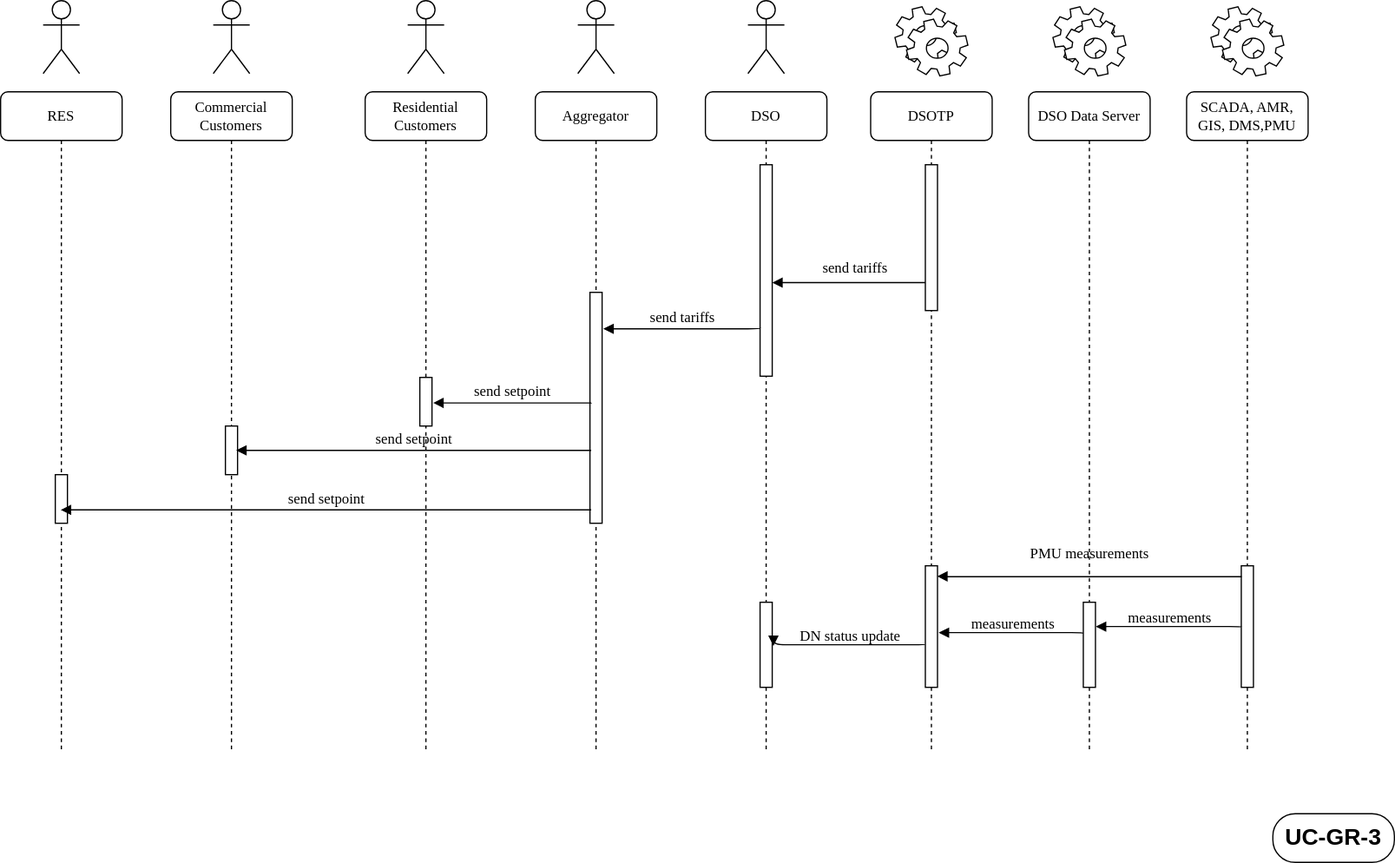
The draw.io diagram docs/platone/uc-gr-3-distribution-network-limit-violation-mitigation/UC_GR_1_2_3_4_Seq_Diag-UC3.svg in smart-grid-use-cases/smart-grid-use-cases.github.io, before a commit. Source tidied: cells renumbered, new cells last; positions are measured from the earlier drawing's top-left corner, leaving out a move shared by most shapes.
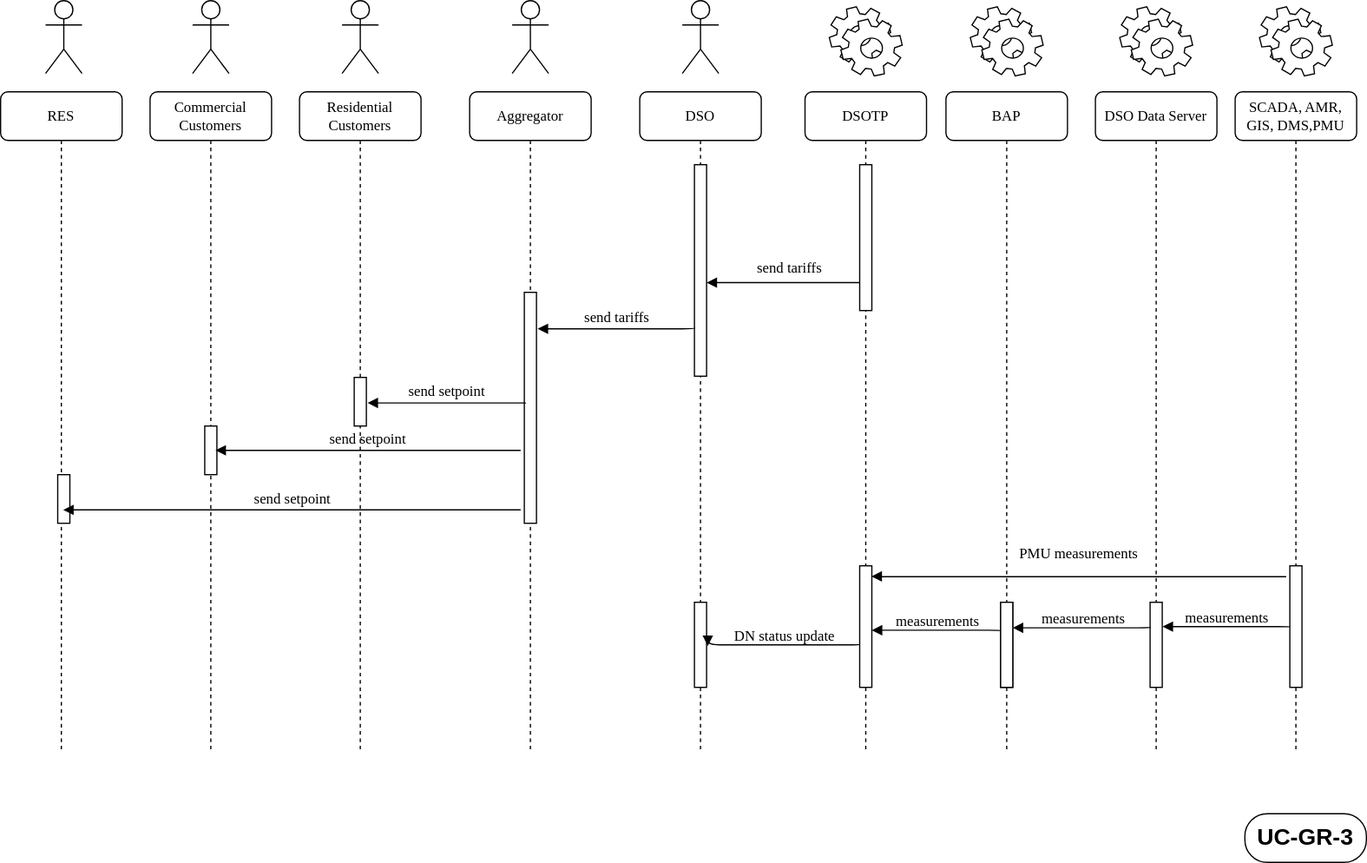
The same file after the commit.

Diff of the diagram source:
```diff
@@ -3,31 +3,31 @@
     <mxCell id="0" />
     <mxCell id="1" parent="0" />
     <mxCell id="2" value="Commercial&lt;br&gt;Customers" style="shape=umlLifeline;perimeter=lifelinePerimeter;whiteSpace=wrap;html=1;rounded=1;shadow=0;comic=0;labelBackgroundColor=none;strokeWidth=1;fontFamily=Verdana;fontSize=12;align=center;" parent="1" vertex="1">
-      <mxGeometry x="140" y="75" width="100" height="544" as="geometry" />
+      <mxGeometry x="146" y="75" width="100" height="544" as="geometry" />
     </mxCell>
     <mxCell id="3" style="html=1;points=[];perimeter=orthogonalPerimeter;rounded=0;shadow=0;comic=0;labelBackgroundColor=none;strokeWidth=1;fontFamily=Verdana;fontSize=12;align=center;" parent="2" vertex="1">
       <mxGeometry x="45" y="275" width="10" height="40" as="geometry" />
     </mxCell>
     <mxCell id="4" value="Residential&lt;br&gt;Customers" style="shape=umlLifeline;perimeter=lifelinePerimeter;whiteSpace=wrap;html=1;rounded=1;shadow=0;comic=0;labelBackgroundColor=none;strokeWidth=1;fontFamily=Verdana;fontSize=12;align=center;" parent="1" vertex="1">
-      <mxGeometry x="300" y="75" width="100" height="544" as="geometry" />
+      <mxGeometry x="269" y="75" width="100" height="544" as="geometry" />
     </mxCell>
     <mxCell id="5" style="html=1;points=[];perimeter=orthogonalPerimeter;rounded=0;shadow=0;comic=0;labelBackgroundColor=none;strokeWidth=1;fontFamily=Verdana;fontSize=12;align=center;" parent="4" vertex="1">
       <mxGeometry x="45" y="235" width="10" height="40" as="geometry" />
     </mxCell>
     <mxCell id="6" value="Aggregator" style="shape=umlLifeline;perimeter=lifelinePerimeter;whiteSpace=wrap;html=1;rounded=1;shadow=0;comic=0;labelBackgroundColor=none;strokeWidth=1;fontFamily=Verdana;fontSize=12;align=center;" parent="1" vertex="1">
-      <mxGeometry x="440" y="75" width="100" height="544" as="geometry" />
+      <mxGeometry x="409" y="75" width="100" height="544" as="geometry" />
     </mxCell>
     <mxCell id="7" style="html=1;perimeter=orthogonalPerimeter;rounded=0;shadow=0;comic=0;labelBackgroundColor=none;strokeWidth=1;fontFamily=Verdana;fontSize=12;align=center;" parent="6" vertex="1">
       <mxGeometry x="45" y="165" width="10" height="190" as="geometry" />
     </mxCell>
     <mxCell id="8" value="DSO" style="shape=umlLifeline;perimeter=lifelinePerimeter;whiteSpace=wrap;html=1;rounded=1;shadow=0;comic=0;labelBackgroundColor=none;strokeWidth=1;fontFamily=Verdana;fontSize=12;align=center;" parent="1" vertex="1">
-      <mxGeometry x="580" y="75" width="100" height="544" as="geometry" />
+      <mxGeometry x="549" y="75" width="100" height="544" as="geometry" />
     </mxCell>
     <mxCell id="9" style="html=1;perimeter=orthogonalPerimeter;rounded=0;shadow=0;comic=0;labelBackgroundColor=none;strokeWidth=1;fontFamily=Verdana;fontSize=12;align=center;" parent="8" vertex="1">
       <mxGeometry x="45" y="420" width="10" height="70" as="geometry" />
     </mxCell>
     <mxCell id="10" value="DSOTP" style="shape=umlLifeline;perimeter=lifelinePerimeter;whiteSpace=wrap;html=1;rounded=1;shadow=0;comic=0;labelBackgroundColor=none;strokeWidth=1;fontFamily=Verdana;fontSize=12;align=center;" parent="1" vertex="1">
-      <mxGeometry x="716" y="75" width="100" height="544" as="geometry" />
+      <mxGeometry x="685" y="75" width="100" height="544" as="geometry" />
     </mxCell>
     <mxCell id="11" style="html=1;points=[];perimeter=orthogonalPerimeter;rounded=0;shadow=0;comic=0;labelBackgroundColor=none;strokeWidth=1;fontFamily=Verdana;fontSize=12;align=center;" parent="10" vertex="1">
       <mxGeometry x="45" y="60" width="10" height="120" as="geometry" />
@@ -36,86 +36,83 @@
       <mxGeometry x="45" y="390" width="10" height="100" as="geometry" />
     </mxCell>
     <mxCell id="13" value="SCADA, AMR, GIS, DMS,PMU" style="shape=umlLifeline;perimeter=lifelinePerimeter;whiteSpace=wrap;html=1;rounded=1;shadow=0;comic=0;labelBackgroundColor=none;strokeWidth=1;fontFamily=Verdana;fontSize=12;align=center;" parent="1" vertex="1">
-      <mxGeometry x="976" y="75" width="100" height="544" as="geometry" />
+      <mxGeometry x="1039" y="75" width="100" height="544" as="geometry" />
     </mxCell>
     <mxCell id="14" style="html=1;points=[];perimeter=orthogonalPerimeter;rounded=0;shadow=0;comic=0;labelBackgroundColor=none;strokeWidth=1;fontFamily=Verdana;fontSize=12;align=center;" parent="13" vertex="1">
       <mxGeometry x="45" y="390" width="10" height="100" as="geometry" />
     </mxCell>
     <mxCell id="15" value="RES" style="shape=umlLifeline;perimeter=lifelinePerimeter;whiteSpace=wrap;html=1;outlineConnect=0;rounded=1;shadow=0;comic=0;labelBackgroundColor=none;strokeWidth=1;fontFamily=Verdana;fontSize=12;align=center;" parent="1" vertex="1">
-      <mxGeometry y="75" width="100" height="544" as="geometry" />
+      <mxGeometry x="23" y="75" width="100" height="544" as="geometry" />
     </mxCell>
     <mxCell id="16" style="html=1;perimeter=orthogonalPerimeter;rounded=0;shadow=0;comic=0;labelBackgroundColor=none;strokeWidth=1;fontFamily=Verdana;fontSize=12;align=center;" parent="15" vertex="1">
-      <mxGeometry x="45" y="315" width="10" height="40" as="geometry" />
+      <mxGeometry x="47" y="315" width="10" height="40" as="geometry" />
     </mxCell>
     <mxCell id="17" style="html=1;perimeter=orthogonalPerimeter;rounded=0;shadow=0;comic=0;labelBackgroundColor=none;strokeWidth=1;fontFamily=Verdana;fontSize=12;align=center;" parent="1" vertex="1">
-      <mxGeometry x="625" y="135" width="10" height="174" as="geometry" />
+      <mxGeometry x="594" y="135" width="10" height="174" as="geometry" />
     </mxCell>
     <mxCell id="18" value="send tariffs" style="html=1;verticalAlign=bottom;endArrow=block;labelBackgroundColor=none;fontFamily=Verdana;fontSize=12;edgeStyle=elbowEdgeStyle;elbow=vertical;exitX=0.2;exitY=0.829;exitDx=0;exitDy=0;exitPerimeter=0;" parent="1" edge="1">
       <mxGeometry relative="1" as="geometry">
-        <mxPoint x="625" y="269" as="sourcePoint" />
-        <mxPoint x="496" y="270" as="targetPoint" />
+        <mxPoint x="594" y="269" as="sourcePoint" />
+        <mxPoint x="465" y="270" as="targetPoint" />
         <Array as="points">
-          <mxPoint x="598" y="270" />
+          <mxPoint x="567" y="270" />
         </Array>
       </mxGeometry>
     </mxCell>
     <mxCell id="19" value="send setpoint" style="html=1;verticalAlign=bottom;endArrow=block;labelBackgroundColor=none;fontFamily=Verdana;fontSize=12;edgeStyle=elbowEdgeStyle;elbow=vertical;entryX=1.1;entryY=0.525;entryDx=0;entryDy=0;entryPerimeter=0;" parent="1" edge="1" target="5">
       <mxGeometry relative="1" as="geometry">
-        <mxPoint x="486" y="331" as="sourcePoint" />
+        <mxPoint x="455" y="331" as="sourcePoint" />
         <Array as="points">
-          <mxPoint x="463" y="331" />
+          <mxPoint x="432" y="331" />
         </Array>
       </mxGeometry>
     </mxCell>
     <mxCell id="20" value="send setpoint" style="html=1;verticalAlign=bottom;endArrow=block;labelBackgroundColor=none;fontFamily=Verdana;fontSize=12;edgeStyle=elbowEdgeStyle;elbow=vertical;entryX=0.886;entryY=0.5;entryDx=0;entryDy=0;entryPerimeter=0;" parent="1" edge="1" target="3">
       <mxGeometry relative="1" as="geometry">
-        <mxPoint x="486" y="370" as="sourcePoint" />
+        <mxPoint x="451" y="370" as="sourcePoint" />
         <Array as="points">
-          <mxPoint x="280" y="370" />
-          <mxPoint x="463" y="365" />
+          <mxPoint x="286" y="370" />
+          <mxPoint x="469" y="365" />
         </Array>
       </mxGeometry>
     </mxCell>
     <mxCell id="21" value="DN status update" style="html=1;verticalAlign=bottom;endArrow=block;labelBackgroundColor=none;fontFamily=Verdana;fontSize=12;edgeStyle=elbowEdgeStyle;elbow=vertical;exitX=0;exitY=0.649;exitDx=0;exitDy=0;exitPerimeter=0;" parent="1" edge="1" source="12">
       <mxGeometry x="-0.02" y="2" relative="1" as="geometry">
-        <mxPoint x="636" y="531" as="targetPoint" />
+        <mxPoint x="605" y="531" as="targetPoint" />
       </mxGeometry>
     </mxCell>
     <mxCell id="22" style="shape=umlActor;verticalLabelPosition=bottom;labelBackgroundColor=#ffffff;verticalAlign=top;html=1;" parent="1" vertex="1">
-      <mxGeometry x="35" width="30" height="60" as="geometry" />
+      <mxGeometry x="60" width="30" height="60" as="geometry" />
     </mxCell>
     <mxCell id="23" style="shape=umlActor;verticalLabelPosition=bottom;labelBackgroundColor=#ffffff;verticalAlign=top;html=1;" parent="1" vertex="1">
-      <mxGeometry x="175" width="30" height="60" as="geometry" />
+      <mxGeometry x="181" width="30" height="60" as="geometry" />
     </mxCell>
     <mxCell id="24" style="shape=umlActor;verticalLabelPosition=bottom;labelBackgroundColor=#ffffff;verticalAlign=top;html=1;" parent="1" vertex="1">
-      <mxGeometry x="335" width="30" height="60" as="geometry" />
+      <mxGeometry x="304" width="30" height="60" as="geometry" />
     </mxCell>
     <mxCell id="25" style="shape=umlActor;verticalLabelPosition=bottom;labelBackgroundColor=#ffffff;verticalAlign=top;html=1;" parent="1" vertex="1">
-      <mxGeometry x="475" width="30" height="60" as="geometry" />
+      <mxGeometry x="444" width="30" height="60" as="geometry" />
     </mxCell>
     <mxCell id="26" style="shape=umlActor;verticalLabelPosition=bottom;labelBackgroundColor=#ffffff;verticalAlign=top;html=1;" parent="1" vertex="1">
-      <mxGeometry x="615" width="30" height="60" as="geometry" />
+      <mxGeometry x="584" width="30" height="60" as="geometry" />
     </mxCell>
     <mxCell id="27" style="shape=mxgraph.bpmn.service_task;html=1;" parent="1" vertex="1">
-      <mxGeometry x="736" y="5" width="60" height="57" as="geometry" />
+      <mxGeometry x="705" y="5" width="60" height="57" as="geometry" />
     </mxCell>
     <mxCell id="28" style="shape=mxgraph.bpmn.service_task;html=1;" parent="1" vertex="1">
-      <mxGeometry x="996" y="5" width="60" height="57" as="geometry" />
+      <mxGeometry x="1059" y="5" width="60" height="57" as="geometry" />
     </mxCell>
-    <mxCell id="29" value="measurements" style="html=1;verticalAlign=bottom;endArrow=block;labelBackgroundColor=none;fontFamily=Verdana;fontSize=12;edgeStyle=elbowEdgeStyle;elbow=vertical;exitX=0.033;exitY=0.295;exitDx=0;exitDy=0;exitPerimeter=0;" parent="1" edge="1">
-      <mxGeometry x="-0.02" y="2" relative="1" as="geometry">
-        <mxPoint x="891.3" y="520.6" as="sourcePoint" />
-        <mxPoint x="772" y="520" as="targetPoint" />
-      </mxGeometry>
+    <mxCell id="29" value="measurements" style="html=1;verticalAlign=bottom;endArrow=block;labelBackgroundColor=none;fontFamily=Verdana;fontSize=12;edgeStyle=elbowEdgeStyle;elbow=vertical;exitX=-0.016;exitY=0.331;exitDx=0;exitDy=0;exitPerimeter=0;" parent="1" edge="1" source="38" target="12">
+      <mxGeometry x="-0.02" y="2" relative="1" as="geometry" />
     </mxCell>
     <mxCell id="30" value="DSO Data Server" style="shape=umlLifeline;perimeter=lifelinePerimeter;whiteSpace=wrap;html=1;rounded=1;shadow=0;comic=0;labelBackgroundColor=none;strokeWidth=1;fontFamily=Verdana;fontSize=12;align=center;size=40;" parent="1" vertex="1">
-      <mxGeometry x="846" y="75" width="100" height="544" as="geometry" />
+      <mxGeometry x="924" y="75" width="100" height="544" as="geometry" />
     </mxCell>
     <mxCell id="31" style="html=1;points=[];perimeter=orthogonalPerimeter;rounded=0;shadow=0;comic=0;labelBackgroundColor=none;strokeWidth=1;fontFamily=Verdana;fontSize=12;align=center;" parent="30" vertex="1">
       <mxGeometry x="45" y="420" width="10" height="70" as="geometry" />
     </mxCell>
     <mxCell id="32" style="shape=mxgraph.bpmn.service_task;html=1;" parent="1" vertex="1">
-      <mxGeometry x="866" y="5" width="60" height="57" as="geometry" />
+      <mxGeometry x="944" y="5" width="60" height="57" as="geometry" />
     </mxCell>
     <mxCell id="33" value="measurements" style="html=1;verticalAlign=bottom;endArrow=block;labelBackgroundColor=none;fontFamily=Verdana;fontSize=12;edgeStyle=elbowEdgeStyle;elbow=vertical;exitX=0.002;exitY=0.502;exitDx=0;exitDy=0;exitPerimeter=0;entryX=1.03;entryY=0.286;entryDx=0;entryDy=0;entryPerimeter=0;" parent="1" edge="1" source="14" target="31">
       <mxGeometry x="-0.02" y="2" relative="1" as="geometry" />
@@ -125,26 +122,44 @@
     </mxCell>
     <mxCell id="35" value="send tariffs" style="html=1;verticalAlign=bottom;endArrow=block;labelBackgroundColor=none;fontFamily=Verdana;fontSize=12;edgeStyle=elbowEdgeStyle;elbow=vertical;" parent="1" edge="1" source="11">
       <mxGeometry x="-0.08" y="-3" relative="1" as="geometry">
-        <mxPoint x="635" y="232" as="targetPoint" />
+        <mxPoint x="604" y="232" as="targetPoint" />
         <Array as="points">
-          <mxPoint x="836" y="232" />
+          <mxPoint x="805" y="232" />
         </Array>
       </mxGeometry>
     </mxCell>
-    <mxCell id="36" value="PMU measurements" style="html=1;verticalAlign=bottom;endArrow=block;labelBackgroundColor=none;fontFamily=Verdana;fontSize=12;edgeStyle=elbowEdgeStyle;elbow=vertical;entryX=0.974;entryY=0.037;entryDx=0;entryDy=0;entryPerimeter=0;exitX=0.03;exitY=0.04;exitDx=0;exitDy=0;exitPerimeter=0;" parent="1" edge="1">
+    <mxCell id="36" value="PMU measurements" style="html=1;verticalAlign=bottom;endArrow=block;labelBackgroundColor=none;fontFamily=Verdana;fontSize=12;edgeStyle=elbowEdgeStyle;elbow=vertical;entryX=0.974;entryY=0.037;entryDx=0;entryDy=0;entryPerimeter=0;" parent="1" edge="1">
       <mxGeometry y="-10" relative="1" as="geometry">
-        <mxPoint x="1021.3" y="474" as="sourcePoint" />
-        <mxPoint x="770.7" y="473.7" as="targetPoint" />
+        <mxPoint x="1081" y="474" as="sourcePoint" />
+        <mxPoint x="739.7" y="473.7" as="targetPoint" />
       </mxGeometry>
     </mxCell>
-    <mxCell id="37" value="send setpoint" style="html=1;verticalAlign=bottom;endArrow=block;labelBackgroundColor=none;fontFamily=Verdana;fontSize=12;edgeStyle=elbowEdgeStyle;elbow=vertical;" parent="1" edge="1" target="15">
+    <mxCell id="37" value="send setpoint" style="html=1;verticalAlign=bottom;endArrow=block;labelBackgroundColor=none;fontFamily=Verdana;fontSize=12;edgeStyle=elbowEdgeStyle;elbow=vertical;" parent="1" edge="1">
       <mxGeometry relative="1" as="geometry">
-        <mxPoint x="486" y="419" as="sourcePoint" />
+        <mxPoint x="451" y="419" as="sourcePoint" />
+        <mxPoint x="74.5" y="419" as="targetPoint" />
         <Array as="points">
-          <mxPoint x="282.1" y="419" />
-          <mxPoint x="465.1" y="414" />
+          <mxPoint x="307.1" y="419" />
+          <mxPoint x="490.1" y="414" />
         </Array>
       </mxGeometry>
     </mxCell>
+    <mxCell id="38" style="html=1;points=[];perimeter=orthogonalPerimeter;rounded=0;shadow=0;comic=0;labelBackgroundColor=none;strokeWidth=1;fontFamily=Verdana;fontSize=12;align=center;" parent="1" vertex="1">
+      <mxGeometry x="846" y="495" width="10" height="70" as="geometry" />
+    </mxCell>
+    <mxCell id="39" style="shape=mxgraph.bpmn.service_task;html=1;" parent="1" vertex="1">
+      <mxGeometry x="821" y="5" width="60" height="57" as="geometry" />
+    </mxCell>
+    <mxCell id="40" value="measurements" style="html=1;verticalAlign=bottom;endArrow=block;labelBackgroundColor=none;fontFamily=Verdana;fontSize=12;edgeStyle=elbowEdgeStyle;elbow=vertical;exitX=0.033;exitY=0.295;exitDx=0;exitDy=0;exitPerimeter=0;" parent="1" edge="1" target="42">
+      <mxGeometry x="-0.02" y="2" relative="1" as="geometry">
+        <mxPoint x="969.3" y="515.7" as="sourcePoint" />
+      </mxGeometry>
+    </mxCell>
+    <mxCell id="41" value="BAP" style="shape=umlLifeline;perimeter=lifelinePerimeter;whiteSpace=wrap;html=1;rounded=1;shadow=0;comic=0;labelBackgroundColor=none;strokeWidth=1;fontFamily=Verdana;fontSize=12;align=center;" parent="1" vertex="1">
+      <mxGeometry x="801" y="75" width="100" height="544" as="geometry" />
+    </mxCell>
+    <mxCell id="42" style="html=1;points=[];perimeter=orthogonalPerimeter;rounded=0;shadow=0;comic=0;labelBackgroundColor=none;strokeWidth=1;fontFamily=Verdana;fontSize=12;align=center;" parent="41" vertex="1">
+      <mxGeometry x="45" y="420" width="10" height="70" as="geometry" />
+    </mxCell>
   </root>
 </mxGraphModel>
```
